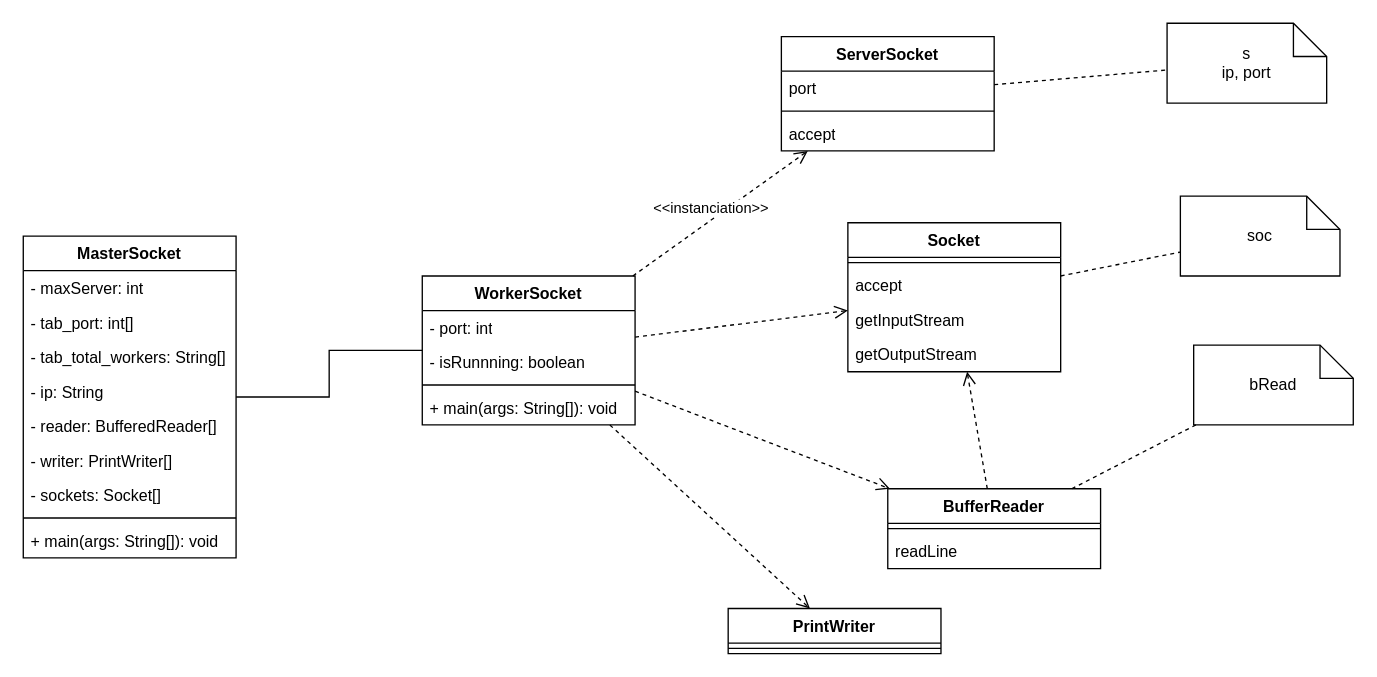
Earlier version of the draw.io diagram docs/conception/diagramme_conception_mastersocket.drawio (Neifko/tp_prog_avance). Source tidied: cells renumbered, new cells numbered last; positions are measured from the earlier drawing's top-left corner, leaving out a move shared by most shapes. Both pictures are drawn from the tidied source at 133%, with x=0, y=0 at pixel (23, 23).
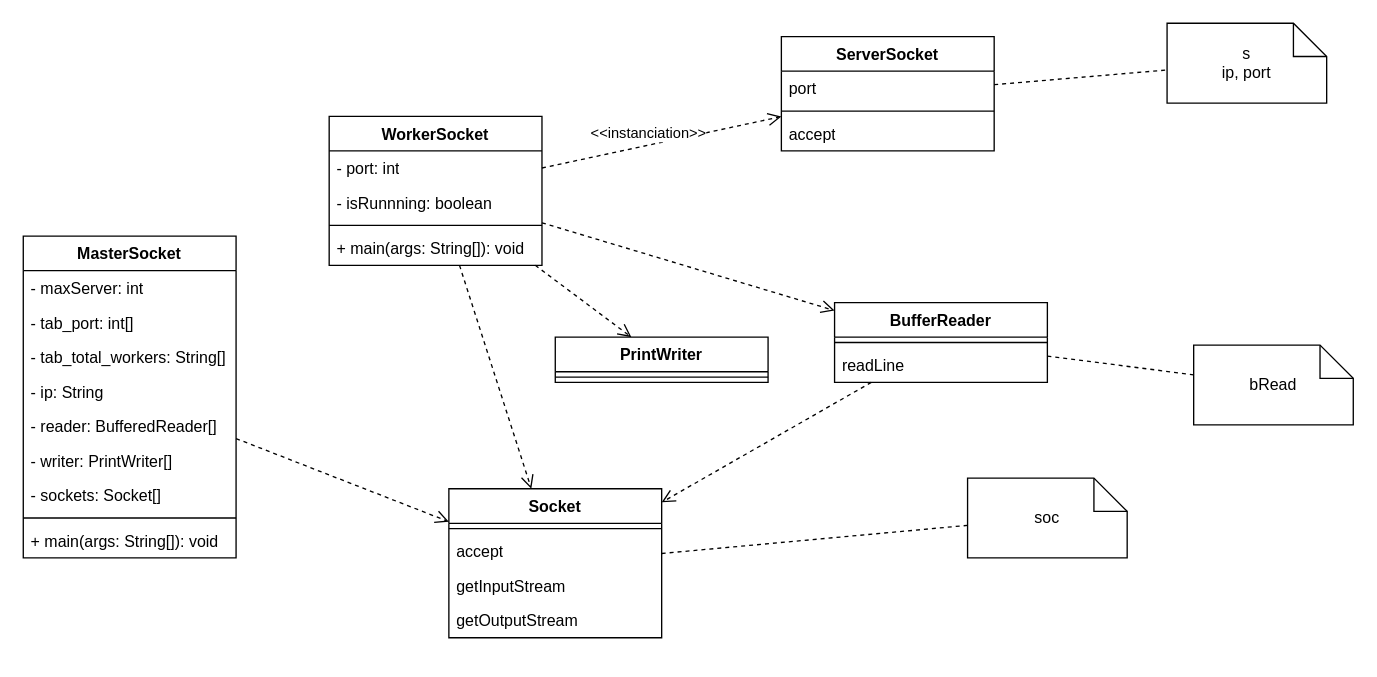
The same page after the edit.

Unchanged cells that the change refers to:
```xml
<mxCell id="2" value="&lt;div&gt;MasterSocket&lt;/div&gt;" style="swimlane;fontStyle=1;align=center;verticalAlign=top;horizontal=1;startSize=26;whiteSpace=wrap;html=1;" parent="1" vertex="1">
  <mxGeometry y="160" width="160" height="242" as="geometry" />
</mxCell>
```

What changed in the source:
```diff
@@
     <mxCell id="12" value="WorkerSocket" style="swimlane;fontStyle=1;align=center;verticalAlign=top;horizontal=1;startSize=26;whiteSpace=wrap;html=1;" parent="1" vertex="1">
-      <mxGeometry x="300" y="190" width="160" height="112" as="geometry" />
+      <mxGeometry x="230" y="70" width="160" height="112" as="geometry" />
     </mxCell>
@@
-    <mxCell id="17" style="endArrow=none;html=1;edgeStyle=orthogonalEdgeStyle;rounded=0;" parent="1" edge="1" source="2" target="12">
-      <mxGeometry relative="1" as="geometry" />
-    </mxCell>
@@
     <mxCell id="24" value="Socket" style="swimlane;fontStyle=1;align=center;verticalAlign=top;horizontal=1;startSize=26;whiteSpace=wrap;html=1;" parent="1" vertex="1">
-      <mxGeometry x="620" y="150" width="160" height="112" as="geometry" />
+      <mxGeometry x="320" y="350" width="160" height="112" as="geometry" />
     </mxCell>
@@
-    <mxCell id="29" style="html=1;verticalAlign=bottom;endArrow=open;dashed=1;endSize=8;curved=0;rounded=0;" parent="1" edge="1" source="12" target="24">
+    <mxCell id="29" style="html=1;verticalAlign=bottom;endArrow=open;dashed=1;endSize=8;curved=0;rounded=0;" parent="1" edge="1" source="2" target="24">
       <mxGeometry relative="1" as="geometry" />
     </mxCell>
     <mxCell id="30" value="BufferReader" style="swimlane;fontStyle=1;align=center;verticalAlign=top;horizontal=1;startSize=26;whiteSpace=wrap;html=1;" parent="1" vertex="1">
-      <mxGeometry x="650" y="350" width="160" height="60" as="geometry" />
+      <mxGeometry x="610" y="210" width="160" height="60" as="geometry" />
     </mxCell>
@@
-    <mxCell id="35" value="PrintWriter" style="swimlane;fontStyle=1;align=center;verticalAlign=top;horizontal=1;startSize=26;whiteSpace=wrap;html=1;" parent="1" vertex="1">
-      <mxGeometry x="530" y="440" width="160" height="34" as="geometry" />
-    </mxCell>
-    <mxCell id="36" style="line;strokeWidth=1;fillColor=none;align=left;verticalAlign=middle;spacingTop=-1;spacingLeft=3;spacingRight=3;labelPosition=right;strokeColor=inherit;" parent="35" vertex="1">
-      <mxGeometry y="26" width="160" height="8" as="geometry" />
-    </mxCell>
@@
     <mxCell id="40" value="soc" style="shape=note2;boundedLbl=1;whiteSpace=wrap;html=1;size=25;verticalAlign=middle;align=center;" parent="1" vertex="1">
-      <mxGeometry x="870" y="130" width="120" height="60" as="geometry" />
+      <mxGeometry x="710" y="342" width="120" height="60" as="geometry" />
     </mxCell>
@@
+    <mxCell id="44" style="html=1;verticalAlign=bottom;endArrow=open;dashed=1;endSize=8;curved=0;rounded=0;" parent="1" edge="1" source="12" target="24">
+      <mxGeometry relative="1" as="geometry" />
+    </mxCell>
+    <mxCell id="35" value="PrintWriter" style="swimlane;fontStyle=1;align=center;verticalAlign=top;horizontal=1;startSize=26;whiteSpace=wrap;html=1;" parent="1" vertex="1">
+      <mxGeometry x="400" y="236" width="160" height="34" as="geometry" />
+    </mxCell>
+    <mxCell id="36" style="line;strokeWidth=1;fillColor=none;align=left;verticalAlign=middle;spacingTop=-1;spacingLeft=3;spacingRight=3;labelPosition=right;strokeColor=inherit;" parent="35" vertex="1">
+      <mxGeometry y="26" width="160" height="8" as="geometry" />
+    </mxCell>
```
